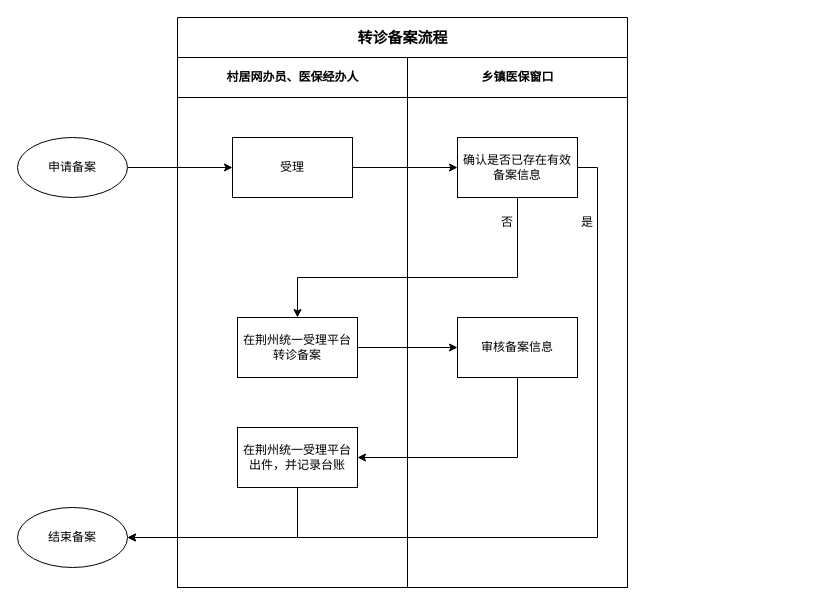
The draw.io diagram 转诊备案流程.drawio in zouwei-0218/drawio, before the edit. Source tidied: cells renumbered, new cells numbered last; positions are measured from the earlier drawing's top-left corner, leaving out a move shared by most shapes. Both pictures are drawn from the tidied source at 100%, with x=0, y=0 at pixel (17, 17).
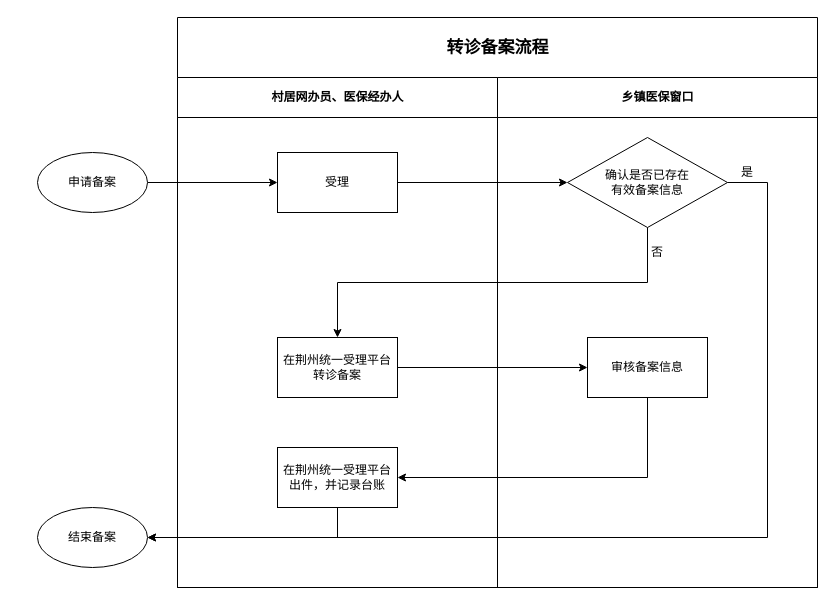
After the change.

Commit message:
更新转诊备案流程.drawio

Change to the diagram source:
```diff
@@
-    <mxCell id="2" value="&lt;font style=&quot;font-size: 15px;&quot;&gt;转诊备案流程&lt;/font&gt;" style="swimlane;html=1;startSize=40;rounded=0;shadow=0;labelBackgroundColor=none;strokeWidth=1;fontFamily=Verdana;fontSize=8;align=center;" parent="1" vertex="1">
-      <mxGeometry x="160" width="450" height="570" as="geometry" />
+    <mxCell id="2" value="&lt;font style=&quot;font-size: 17px;&quot;&gt;转诊备案流程&lt;/font&gt;" style="swimlane;html=1;startSize=60;rounded=0;shadow=0;labelBackgroundColor=none;strokeWidth=1;fontFamily=Verdana;fontSize=8;align=center;" parent="1" vertex="1">
+      <mxGeometry x="160" width="640" height="570" as="geometry" />
     </mxCell>
@@
     <mxCell id="5" value="村居网办员、医保经办人" style="swimlane;html=1;startSize=40;" parent="2" vertex="1">
-      <mxGeometry y="40" width="230" height="530" as="geometry" />
+      <mxGeometry y="60" width="320" height="510" as="geometry" />
     </mxCell>
     <mxCell id="6" value="受理" style="rounded=0;whiteSpace=wrap;html=1;" parent="5" vertex="1">
-      <mxGeometry x="55" y="80" width="120" height="60" as="geometry" />
+      <mxGeometry x="100" y="75" width="120" height="60" as="geometry" />
     </mxCell>
     <mxCell id="7" value="在荆州统一受理平台转诊备案" style="rounded=0;whiteSpace=wrap;html=1;" parent="5" vertex="1">
-      <mxGeometry x="60" y="260" width="120" height="60" as="geometry" />
+      <mxGeometry x="100" y="260" width="120" height="60" as="geometry" />
     </mxCell>
     <mxCell id="8" value="在荆州统一受理平台出件，并记录台账" style="rounded=0;whiteSpace=wrap;html=1;" parent="5" vertex="1">
-      <mxGeometry x="60" y="370" width="120" height="60" as="geometry" />
+      <mxGeometry x="100" y="370" width="120" height="60" as="geometry" />
     </mxCell>
     <mxCell id="9" value="乡镇医保窗口" style="swimlane;html=1;startSize=40;" parent="2" vertex="1">
-      <mxGeometry x="230" y="40" width="220" height="530" as="geometry" />
+      <mxGeometry x="320" y="60" width="320" height="510" as="geometry" />
     </mxCell>
-    <mxCell id="10" value="确认是否已存在有效备案信息" style="rounded=0;whiteSpace=wrap;html=1;" parent="9" vertex="1">
-      <mxGeometry x="50" y="80" width="120" height="60" as="geometry" />
-    </mxCell>
     <mxCell id="11" value="审核备案信息" style="rounded=0;whiteSpace=wrap;html=1;" parent="9" vertex="1">
-      <mxGeometry x="50" y="260" width="120" height="60" as="geometry" />
+      <mxGeometry x="90" y="260" width="120" height="60" as="geometry" />
     </mxCell>
     <mxCell id="12" value="否" style="text;html=1;strokeColor=none;fillColor=none;align=center;verticalAlign=middle;whiteSpace=wrap;rounded=0;" parent="9" vertex="1">
-      <mxGeometry x="70" y="150" width="60" height="30" as="geometry" />
+      <mxGeometry x="130" y="160" width="60" height="30" as="geometry" />
     </mxCell>
+    <mxCell id="22" value="是" style="text;html=1;strokeColor=none;fillColor=none;align=center;verticalAlign=middle;whiteSpace=wrap;rounded=0;" parent="9" vertex="1">
+      <mxGeometry x="220" y="80" width="60" height="30" as="geometry" />
+    </mxCell>
+    <mxCell id="23" value="确认是否已存在&lt;br&gt;有效备案信息" style="rhombus;whiteSpace=wrap;html=1;" parent="9" vertex="1">
+      <mxGeometry x="70" y="60" width="160" height="90" as="geometry" />
+    </mxCell>
-    <mxCell id="13" style="edgeStyle=orthogonalEdgeStyle;rounded=0;jettySize=auto;html=1;exitX=1;exitY=0.5;exitDx=0;exitDy=0;entryX=0;entryY=0.5;entryDx=0;entryDy=0;" parent="2" edge="1" source="6" target="10">
+    <mxCell id="13" style="edgeStyle=orthogonalEdgeStyle;rounded=0;jettySize=auto;html=1;exitX=1;exitY=0.5;exitDx=0;exitDy=0;entryX=0;entryY=0.5;entryDx=0;entryDy=0;" parent="2" edge="1" source="6" target="23">
       <mxGeometry relative="1" as="geometry" />
     </mxCell>
-    <mxCell id="14" style="edgeStyle=orthogonalEdgeStyle;rounded=0;jettySize=auto;html=1;exitX=0.5;exitY=1;exitDx=0;exitDy=0;entryX=0.5;entryY=0;entryDx=0;entryDy=0;" parent="2" edge="1" source="10" target="7">
-      <mxGeometry relative="1" as="geometry">
-        <Array as="points">
-          <mxPoint x="340" y="260" />
-          <mxPoint x="120" y="260" />
-        </Array>
-      </mxGeometry>
-    </mxCell>
@@
+    <mxCell id="24" style="edgeStyle=orthogonalEdgeStyle;rounded=0;jettySize=auto;html=1;exitX=0.5;exitY=1;exitDx=0;exitDy=0;" parent="2" edge="1" source="23" target="7">
+      <mxGeometry relative="1" as="geometry" />
+    </mxCell>
@@
     <mxCell id="18" value="申请备案" style="ellipse;whiteSpace=wrap;html=1;" parent="1" vertex="1">
-      <mxGeometry y="120" width="110" height="60" as="geometry" />
+      <mxGeometry x="20" y="135" width="110" height="60" as="geometry" />
     </mxCell>
     <mxCell id="19" value="结束备案" style="ellipse;whiteSpace=wrap;html=1;" parent="1" vertex="1">
-      <mxGeometry y="490" width="110" height="60" as="geometry" />
+      <mxGeometry x="20" y="490" width="110" height="60" as="geometry" />
     </mxCell>
@@
-    <mxCell id="21" style="edgeStyle=orthogonalEdgeStyle;rounded=0;jettySize=auto;html=1;exitX=1;exitY=0.5;exitDx=0;exitDy=0;entryX=1;entryY=0.5;entryDx=0;entryDy=0;" parent="1" edge="1" source="10" target="19">
-      <mxGeometry relative="1" as="geometry" />
-    </mxCell>
-    <mxCell id="22" value="是" style="text;html=1;strokeColor=none;fillColor=none;align=center;verticalAlign=middle;whiteSpace=wrap;rounded=0;" parent="1" vertex="1">
-      <mxGeometry x="540" y="190" width="60" height="30" as="geometry" />
-    </mxCell>
+    <mxCell id="25" style="edgeStyle=orthogonalEdgeStyle;rounded=0;jettySize=auto;html=1;exitX=1;exitY=0.5;exitDx=0;exitDy=0;entryX=1;entryY=0.5;entryDx=0;entryDy=0;" parent="1" edge="1" source="23" target="19">
+      <mxGeometry relative="1" as="geometry">
+        <Array as="points">
+          <mxPoint x="750" y="165" />
+          <mxPoint x="750" y="520" />
+        </Array>
+      </mxGeometry>
+    </mxCell>
```
